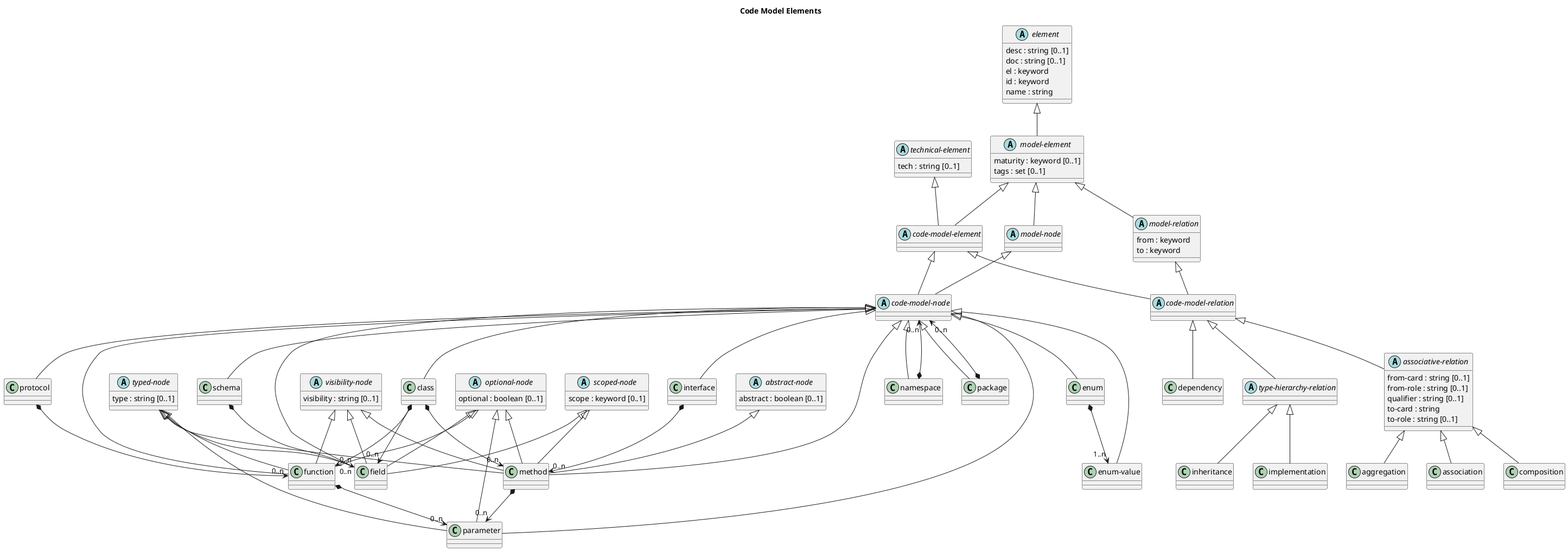
The PlantUML diagram docs/overarch/data-model/code-model-elements.png in soulspace-org/overarch, before a commit.
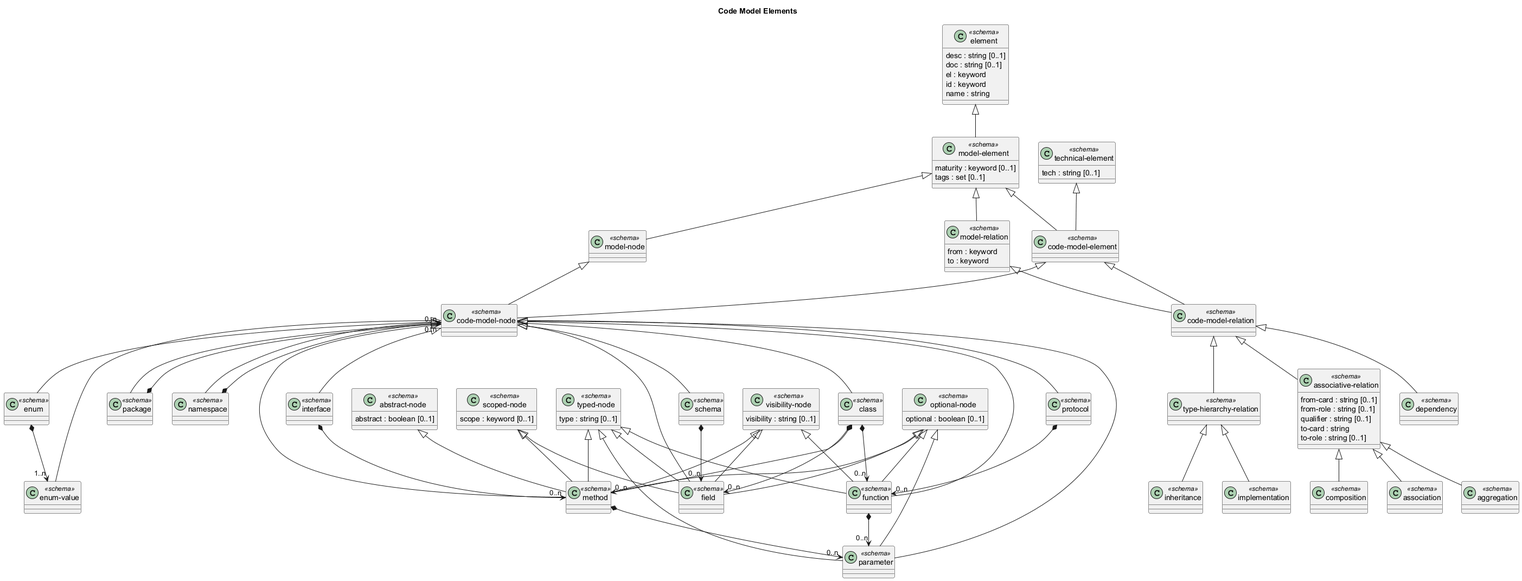
Above is the later version.

Diff of the diagram source:
```diff
@@ -7,69 +7,69 @@
 
 title Code Model Elements
 
-class "aggregation" as overarch_dataModel_aggregation {}
-class "method" as overarch_dataModel_method {}
-abstract class "type-hierarchy-relation" as overarch_dataModel_typeHierarchyRelation {}
-class "enum-value" as overarch_dataModel_enumValue {}
-class "field" as overarch_dataModel_field {}
-class "inheritance" as overarch_dataModel_inheritance {}
-class "function" as overarch_dataModel_function {}
-class "parameter" as overarch_dataModel_parameter {}
-abstract class "scoped-node" as overarch_dataModel_scopedNode {
-  scope : keyword [0..1]
-}
-class "association" as overarch_dataModel_association {}
-abstract class "model-element" as overarch_dataModel_modelElement {
+class "model-element" as overarch_dataModel_modelElement <<schema>> {
   maturity : keyword [0..1]
   tags : set [0..1]
 }
-class "namespace" as overarch_dataModel_namespace {}
-class "package" as overarch_dataModel_package {}
-abstract class "visibility-node" as overarch_dataModel_visibilityNode {
-  visibility : string [0..1]
+class "enum-value" as overarch_dataModel_enumValue <<schema>> {}
+class "inheritance" as overarch_dataModel_inheritance <<schema>> {}
+class "class" as overarch_dataModel_class <<schema>> {}
+class "enum" as overarch_dataModel_enum <<schema>> {}
+class "scoped-node" as overarch_dataModel_scopedNode <<schema>> {
+  scope : keyword [0..1]
 }
-abstract class "optional-node" as overarch_dataModel_optionalNode {
-  optional : boolean [0..1]
-}
-abstract class "technical-element" as overarch_dataModel_technicalElement {
-  tech : string [0..1]
-}
-abstract class "abstract-node" as overarch_dataModel_abstractNode {
-  abstract : boolean [0..1]
-}
-abstract class "model-node" as overarch_dataModel_modelNode {}
-class "enum" as overarch_dataModel_enum {}
-abstract class "model-relation" as overarch_dataModel_modelRelation {
-  from : keyword
-  to : keyword
-}
-abstract class "typed-node" as overarch_dataModel_typedNode {
+class "function" as overarch_dataModel_function <<schema>> {}
+class "composition" as overarch_dataModel_composition <<schema>> {}
+class "code-model-relation" as overarch_dataModel_codeModelRelation <<schema>> {}
+class "parameter" as overarch_dataModel_parameter <<schema>> {}
+class "typed-node" as overarch_dataModel_typedNode <<schema>> {
   type : string [0..1]
 }
-abstract class "code-model-relation" as overarch_dataModel_codeModelRelation {}
-class "interface" as overarch_dataModel_interface {}
-class "composition" as overarch_dataModel_composition {}
-abstract class "code-model-node" as overarch_dataModel_codeModelNode {}
-class "class" as overarch_dataModel_class {}
-class "protocol" as overarch_dataModel_protocol {}
-abstract class "associative-relation" as overarch_dataModel_associativeRelation {
+class "type-hierarchy-relation" as overarch_dataModel_typeHierarchyRelation <<schema>> {}
+class "code-model-node" as overarch_dataModel_codeModelNode <<schema>> {}
+class "interface" as overarch_dataModel_interface <<schema>> {}
+class "package" as overarch_dataModel_package <<schema>> {}
+class "implementation" as overarch_dataModel_implementation <<schema>> {}
+class "protocol" as overarch_dataModel_protocol <<schema>> {}
+class "model-node" as overarch_dataModel_modelNode <<schema>> {}
+class "element" as overarch_dataModel_element <<schema>> {
+  desc : string [0..1]
+  doc : string [0..1]
+  el : keyword
+  id : keyword
+  name : string
+}
+class "method" as overarch_dataModel_method <<schema>> {}
+class "association" as overarch_dataModel_association <<schema>> {}
+class "associative-relation" as overarch_dataModel_associativeRelation <<schema>> {
   from-card : string [0..1]
   from-role : string [0..1]
   qualifier : string [0..1]
   to-card : string
   to-role : string [0..1]
 }
-class "implementation" as overarch_dataModel_implementation {}
-abstract class "element" as overarch_dataModel_element {
-  desc : string [0..1]
-  doc : string [0..1]
-  el : keyword
-  id : keyword
-  name : string
+class "technical-element" as overarch_dataModel_technicalElement <<schema>> {
+  tech : string [0..1]
 }
-class "dependency" as overarch_dataModel_dependency {}
-class "schema" as overarch_dataModel_schema {}
-abstract class "code-model-element" as overarch_dataModel_codeModelElement {}
+class "model-relation" as overarch_dataModel_modelRelation <<schema>> {
+  from : keyword
+  to : keyword
+}
+class "namespace" as overarch_dataModel_namespace <<schema>> {}
+class "aggregation" as overarch_dataModel_aggregation <<schema>> {}
+class "dependency" as overarch_dataModel_dependency <<schema>> {}
+class "abstract-node" as overarch_dataModel_abstractNode <<schema>> {
+  abstract : boolean [0..1]
+}
+class "code-model-element" as overarch_dataModel_codeModelElement <<schema>> {}
+class "visibility-node" as overarch_dataModel_visibilityNode <<schema>> {
+  visibility : string [0..1]
+}
+class "schema" as overarch_dataModel_schema <<schema>> {}
+class "optional-node" as overarch_dataModel_optionalNode <<schema>> {
+  optional : boolean [0..1]
+}
+class "field" as overarch_dataModel_field <<schema>> {}
 overarch_dataModel_optionalNode <|-- overarch_dataModel_field
 overarch_dataModel_codeModelNode <|-- overarch_dataModel_class
 overarch_dataModel_namespace *-->  "0..n" overarch_dataModel_codeModelNode
```
